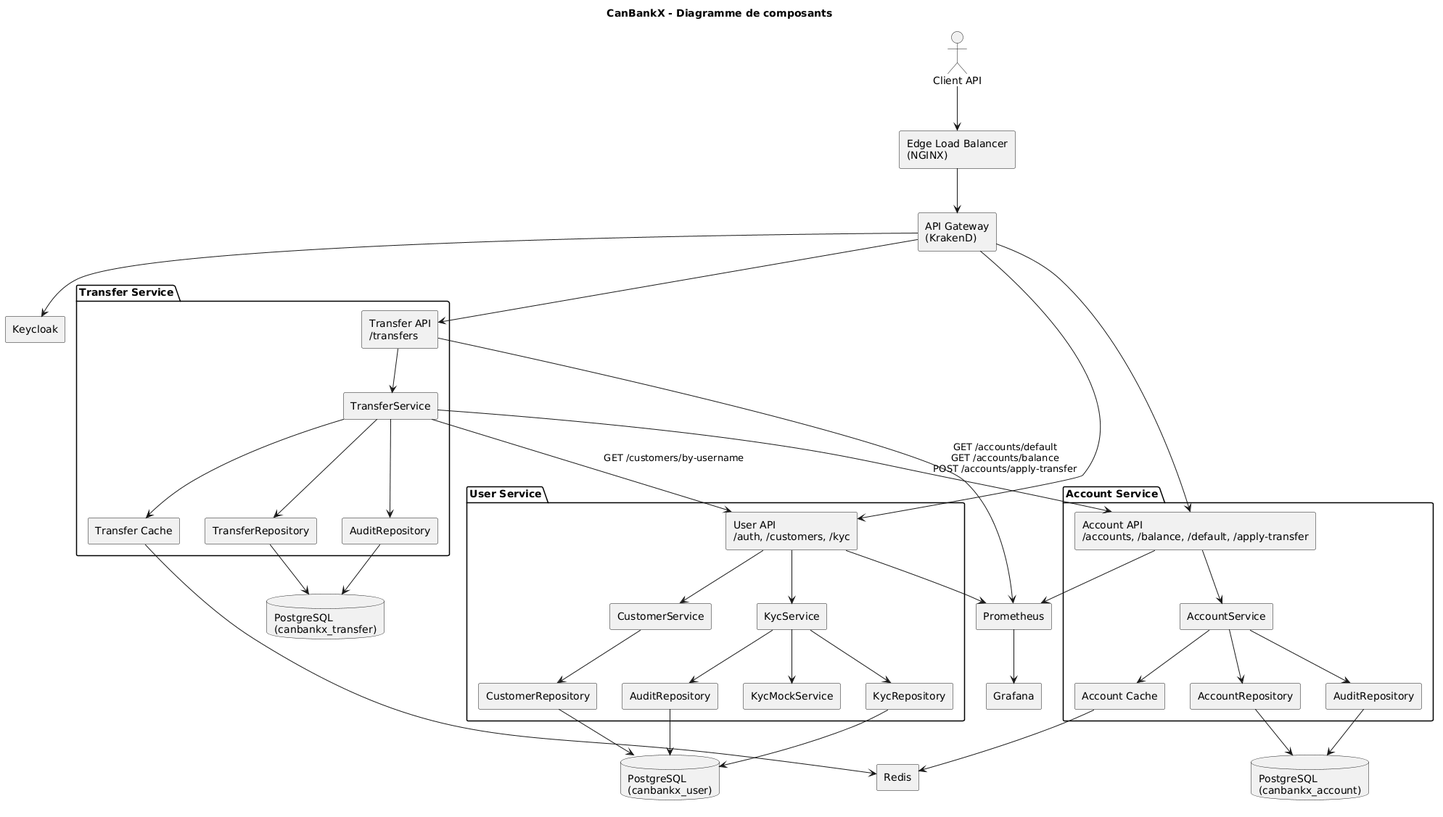
Earlier version of the PlantUML export docs/rapport/images/Diagramme de composants.png (amir-hammar/can-bank-x). Its source is kept beside it as docs/rapport/diagrams/Diagramme de composants.puml. Source of this version:
```plantuml
@startuml Diagramme de composants
title CanBankX - Diagramme de composants
skinparam componentStyle rectangle

actor "Client API" as Client

component "Edge Load Balancer\n(NGINX)" as LB
component "API Gateway\n(KrakenD)" as GW

package "User Service" {
    component "User API\n/auth, /customers, /kyc" as UserAPI
    component "CustomerService" as CustomerSvc
    component "KycService" as KycSvc
    component "CustomerRepository" as CustomerRepo
    component "KycRepository" as KycRepo
    component "AuditRepository" as UserAudit
    component "KycMockService" as KycMock
}

package "Account Service" {
    component "Account API\n/accounts, /balance, /default, /apply-transfer" as AccountAPI
    component "AccountService" as AccountSvc
    component "AccountRepository" as AccountRepo
    component "AuditRepository" as AccountAudit
    component "Account Cache" as AccountCache
}

package "Transfer Service" {
    component "Transfer API\n/transfers" as TransferAPI
    component "TransferService" as TransferSvc
    component "TransferRepository" as TransferRepo
    component "Transfer Cache" as TransferCache
    component "AuditRepository" as TransferAudit
}

database "PostgreSQL\n(canbankx_user)" as DBUser
database "PostgreSQL\n(canbankx_account)" as DBAccount
database "PostgreSQL\n(canbankx_transfer)" as DBTransfer
component "Redis" as Redis
component "Prometheus" as Prom
component "Grafana" as Grafana
component "Keycloak" as Keycloak

Client --> LB
LB --> GW

GW --> UserAPI
GW --> AccountAPI
GW --> TransferAPI
GW --> Keycloak

UserAPI --> CustomerSvc
UserAPI --> KycSvc
CustomerSvc --> CustomerRepo
KycSvc --> KycRepo
KycSvc --> KycMock
KycSvc --> UserAudit
CustomerRepo --> DBUser
KycRepo --> DBUser
UserAudit --> DBUser

AccountAPI --> AccountSvc
AccountSvc --> AccountRepo
AccountSvc --> AccountAudit
AccountSvc --> AccountCache
AccountRepo --> DBAccount
AccountAudit --> DBAccount
AccountCache --> Redis

TransferAPI --> TransferSvc
TransferSvc --> TransferRepo
TransferSvc --> TransferCache
TransferSvc --> TransferAudit
TransferSvc --> UserAPI : GET /customers/by-username
TransferSvc --> AccountAPI : GET /accounts/default\nGET /accounts/balance\nPOST /accounts/apply-transfer
TransferRepo --> DBTransfer
TransferAudit --> DBTransfer
TransferCache --> Redis

UserAPI --> Prom
AccountAPI --> Prom
TransferAPI --> Prom
Prom --> Grafana
@enduml
```
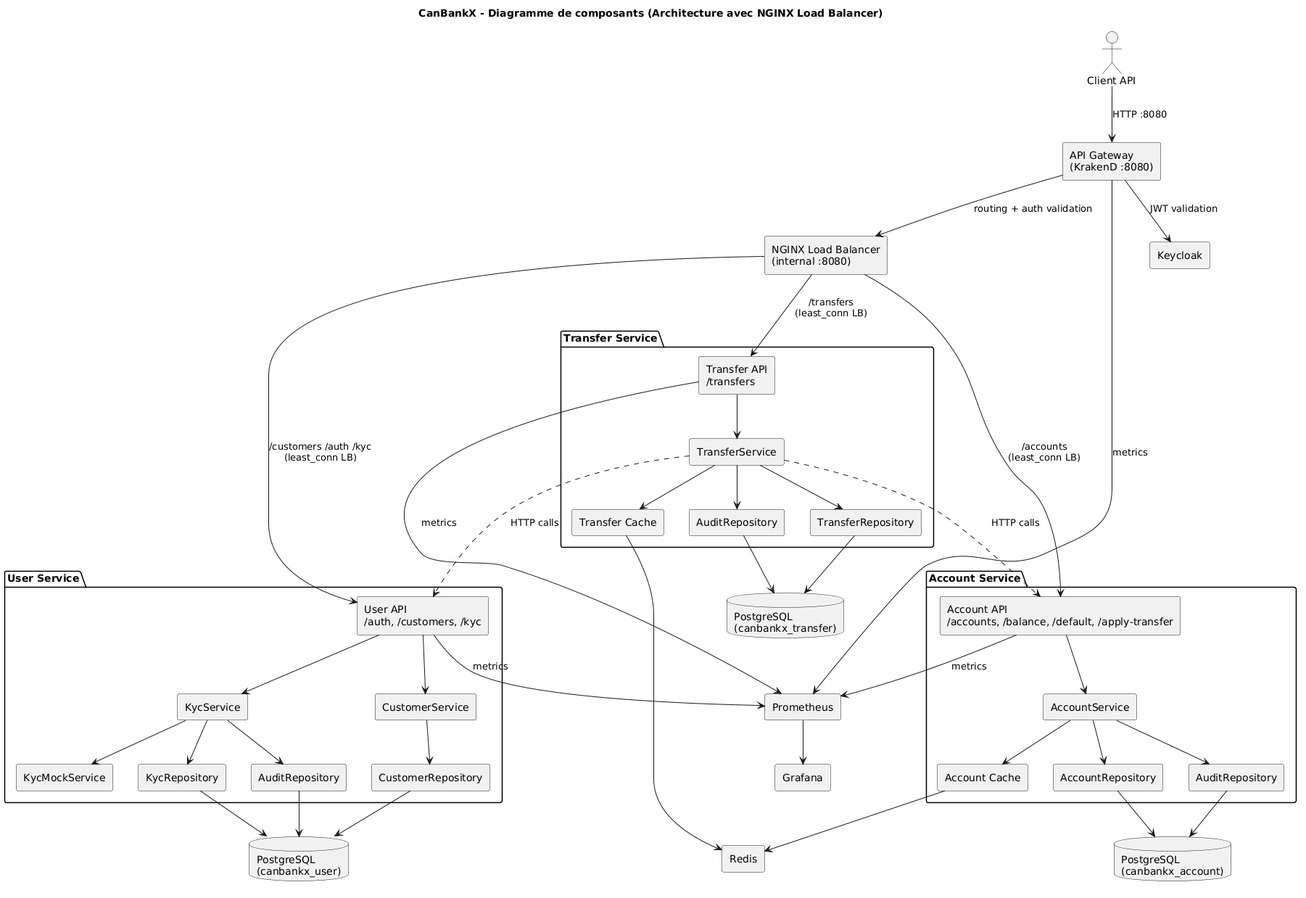
After the commit.

Commit message:
Adjusted load blancing + added class diagram + adjusted deployment and component diagrams

Diff of the diagram source:
```diff
@@ -1,11 +1,11 @@
 @startuml Diagramme de composants
-title CanBankX - Diagramme de composants
+title CanBankX - Diagramme de composants (Architecture avec NGINX Load Balancer)
 skinparam componentStyle rectangle
 
 actor "Client API" as Client
 
-component "Edge Load Balancer\n(NGINX)" as LB
-component "API Gateway\n(KrakenD)" as GW
+component "API Gateway\n(KrakenD :8080)" as GW
+component "NGINX Load Balancer\n(internal :8080)" as LB
 
 package "User Service" {
     component "User API\n/auth, /customers, /kyc" as UserAPI
@@ -41,13 +41,14 @@
 component "Grafana" as Grafana
 component "Keycloak" as Keycloak
 
-Client --> LB
-LB --> GW
+Client --> GW : HTTP :8080
+GW --> LB : routing + auth validation
 
-GW --> UserAPI
-GW --> AccountAPI
-GW --> TransferAPI
-GW --> Keycloak
+LB --> UserAPI : /customers /auth /kyc\n(least_conn LB)
+LB --> AccountAPI : /accounts\n(least_conn LB)
+LB --> TransferAPI : /transfers\n(least_conn LB)
+
+GW --> Keycloak : JWT validation
 
 UserAPI --> CustomerSvc
 UserAPI --> KycSvc
@@ -71,14 +72,15 @@
 TransferSvc --> TransferRepo
 TransferSvc --> TransferCache
 TransferSvc --> TransferAudit
-TransferSvc --> UserAPI : GET /customers/by-username
-TransferSvc --> AccountAPI : GET /accounts/default\nGET /accounts/balance\nPOST /accounts/apply-transfer
+TransferSvc -.-> UserAPI : HTTP calls
+TransferSvc -.-> AccountAPI : HTTP calls
 TransferRepo --> DBTransfer
 TransferAudit --> DBTransfer
 TransferCache --> Redis
 
-UserAPI --> Prom
-AccountAPI --> Prom
-TransferAPI --> Prom
+UserAPI --> Prom : metrics
+AccountAPI --> Prom : metrics
+TransferAPI --> Prom : metrics
+GW --> Prom : metrics
 Prom --> Grafana
 @enduml
```
